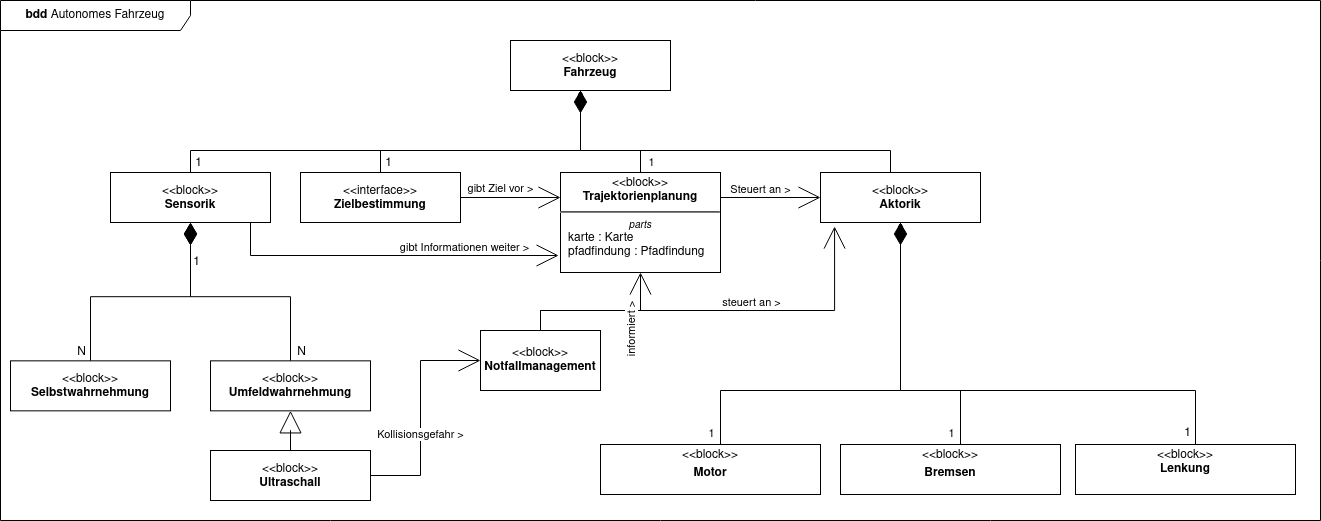
Earlier version of the draw.io export bdd.png (agrueneberg/sews2324). Source tidied: cells renumbered, new cells last; positions are measured from the earlier drawing's top-left corner, leaving out a move shared by most shapes.
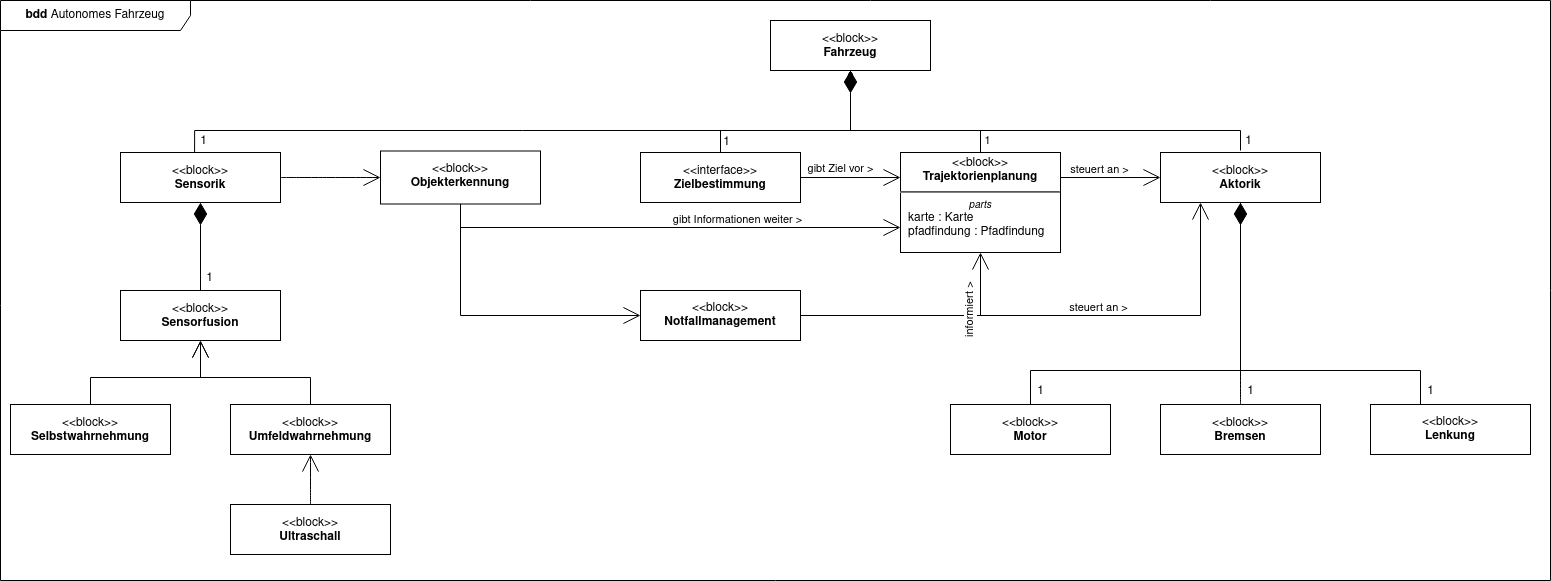
The same diagram one commit later.

Commit message:
bdd: Sensorfusion und Objekterkennung hinzugefügt

Diff of the diagram source:
```diff
@@ -5,6 +5,6 @@
     <mxCell id="2" value="&lt;b&gt;bdd&lt;/b&gt; Autonomes Fahrzeug" style="shape=umlFrame;whiteSpace=wrap;html=1;width=190;height=30;" parent="1" vertex="1">
-      <mxGeometry width="1320" height="520" as="geometry" />
+      <mxGeometry x="-340" y="20" width="1550" height="580" as="geometry" />
     </mxCell>
     <mxCell id="3" value="&lt;p&gt;&amp;lt;&amp;lt;block&amp;gt;&amp;gt;&lt;br&gt;&lt;b&gt;Fahrzeug&lt;/b&gt;&lt;/p&gt;" style="shape=rect;html=1;overflow=fill;whiteSpace=wrap;align=center;" parent="1" vertex="1">
-      <mxGeometry x="510" y="40" width="160" height="50" as="geometry" />
+      <mxGeometry x="430" y="40" width="160" height="50" as="geometry" />
     </mxCell>
@@ -14,3 +14,3 @@
           <mxPoint x="380" y="150" />
-          <mxPoint x="580" y="150" />
+          <mxPoint x="510" y="150" />
         </Array>
@@ -20,6 +20,6 @@
       <mxGeometry x="-0.73" y="-2" relative="1" as="geometry">
-        <mxPoint x="-9" y="10" as="offset" />
+        <mxPoint x="-1" y="9" as="offset" />
       </mxGeometry>
     </mxCell>
-    <mxCell id="6" style="edgeStyle=none;rounded=0;jettySize=auto;html=1;fontSize=12;endArrow=open;endFill=0;endSize=20;entryX=0;entryY=0.25;entryDx=0;entryDy=0;" parent="1" edge="1" source="8" target="47">
+    <mxCell id="6" style="edgeStyle=none;rounded=0;jettySize=auto;html=1;fontSize=12;endArrow=open;endFill=0;endSize=15;entryX=0;entryY=0.25;entryDx=0;entryDy=0;" parent="1" edge="1" source="8" target="47">
       <mxGeometry relative="1" as="geometry" />
@@ -34,9 +34,10 @@
     </mxCell>
-    <mxCell id="9" style="rounded=0;jettySize=auto;html=1;endArrow=diamondThin;endFill=1;edgeStyle=orthogonalEdgeStyle;" parent="1" edge="1" source="11">
+    <mxCell id="9" style="rounded=0;orthogonalLoop=1;jettySize=auto;html=1;endArrow=diamondThin;endFill=1;edgeStyle=orthogonalEdgeStyle;" parent="1" edge="1">
       <mxGeometry relative="1" as="geometry">
-        <mxPoint x="580" y="90" as="targetPoint" />
+        <mxPoint x="900" y="170" as="sourcePoint" />
+        <mxPoint x="510" y="90" as="targetPoint" />
         <Array as="points">
-          <mxPoint x="890" y="150" />
-          <mxPoint x="580" y="150" />
-          <mxPoint x="580" y="90" />
+          <mxPoint x="900" y="150" />
+          <mxPoint x="510" y="150" />
+          <mxPoint x="510" y="90" />
         </Array>
@@ -46,3 +47,3 @@
       <mxGeometry x="-0.59" y="-2" relative="1" as="geometry">
-        <mxPoint x="41" y="42" as="offset" />
+        <mxPoint x="83" y="12" as="offset" />
       </mxGeometry>
@@ -52,43 +53,7 @@
     </mxCell>
-    <mxCell id="12" style="edgeStyle=orthogonalEdgeStyle;rounded=0;jettySize=auto;html=1;endArrow=diamondThin;endFill=1;" parent="1" edge="1" source="15" target="11">
-      <mxGeometry relative="1" as="geometry">
-        <Array as="points">
-          <mxPoint x="720" y="390" />
-          <mxPoint x="900" y="390" />
-        </Array>
-      </mxGeometry>
-    </mxCell>
-    <mxCell id="13" value="1" style="edgeLabel;html=1;align=center;verticalAlign=middle;fontSize=12;" parent="12" vertex="1">
-      <mxGeometry x="-0.37" y="1" relative="1" as="geometry">
-        <mxPoint x="-31" y="61" as="offset" />
-      </mxGeometry>
-    </mxCell>
-    <mxCell id="14" value="1" style="edgeLabel;html=1;align=center;verticalAlign=middle;" parent="12" vertex="1">
-      <mxGeometry x="-0.74" y="3" relative="1" as="geometry">
-        <mxPoint x="-7" y="41" as="offset" />
-      </mxGeometry>
-    </mxCell>
-    <mxCell id="15" value="&lt;p style=&quot;margin:0px;margin-top:4px;text-align:center;&quot;&gt;&amp;lt;&amp;lt;block&amp;gt;&amp;gt;&lt;/p&gt;&lt;p style=&quot;margin:0px;margin-top:4px;text-align:center;&quot;&gt;&lt;b&gt;Motor&lt;/b&gt;&lt;/p&gt;" style="shape=rect;html=1;overflow=fill;verticalAlign=top;align=left;whiteSpace=wrap;fontSize=12;" parent="1" vertex="1">
-      <mxGeometry x="600" y="444" width="220" height="50" as="geometry" />
-    </mxCell>
-    <mxCell id="16" style="edgeStyle=orthogonalEdgeStyle;rounded=0;jettySize=auto;html=1;fontSize=12;endArrow=diamondThin;endFill=1;" parent="1" edge="1" source="18" target="11">
-      <mxGeometry relative="1" as="geometry">
-        <Array as="points">
-          <mxPoint x="960" y="390" />
-          <mxPoint x="900" y="390" />
-        </Array>
-      </mxGeometry>
-    </mxCell>
-    <mxCell id="17" value="1" style="edgeLabel;html=1;align=center;verticalAlign=middle;" parent="16" vertex="1">
-      <mxGeometry x="-0.63" y="-1" relative="1" as="geometry">
-        <mxPoint x="-11" y="40" as="offset" />
-      </mxGeometry>
-    </mxCell>
-    <mxCell id="18" value="&lt;p style=&quot;margin:0px;margin-top:4px;text-align:center;&quot;&gt;&amp;lt;&amp;lt;block&amp;gt;&amp;gt;&lt;/p&gt;&lt;p style=&quot;margin:0px;margin-top:4px;text-align:center;&quot;&gt;&lt;b&gt;Bremsen&lt;/b&gt;&lt;/p&gt;" style="shape=rect;html=1;overflow=fill;verticalAlign=top;align=left;whiteSpace=wrap;fontSize=12;" parent="1" vertex="1">
-      <mxGeometry x="840" y="444" width="220" height="50" as="geometry" />
-    </mxCell>
-    <mxCell id="19" style="edgeStyle=orthogonalEdgeStyle;rounded=0;jettySize=auto;html=1;fontSize=12;endArrow=diamondThin;endFill=1;endSize=20;entryX=0.5;entryY=1;entryDx=0;entryDy=0;" parent="1" edge="1" source="21" target="11">
+    <mxCell id="19" style="edgeStyle=orthogonalEdgeStyle;rounded=0;jettySize=auto;html=1;fontSize=12;endArrow=diamondThin;endFill=1;endSize=20;exitX=0.5;exitY=0;exitDx=0;exitDy=0;entryX=0.5;entryY=1;entryDx=0;entryDy=0;" parent="1" edge="1" source="21" target="11">
       <mxGeometry relative="1" as="geometry">
         <Array as="points">
-          <mxPoint x="1195" y="390" />
+          <mxPoint x="1080" y="424" />
+          <mxPoint x="1080" y="390" />
           <mxPoint x="900" y="390" />
@@ -99,13 +64,20 @@
       <mxGeometry x="-0.69" y="-2" relative="1" as="geometry">
-        <mxPoint x="18" y="44" as="offset" />
+        <mxPoint x="10" y="22" as="offset" />
       </mxGeometry>
     </mxCell>
-    <mxCell id="21" value="&lt;p style=&quot;margin:0px;margin-top:4px;text-align:center;&quot;&gt;&amp;lt;&amp;lt;block&amp;gt;&amp;gt;&lt;br&gt;&lt;b&gt;Lenkung&lt;/b&gt;&lt;/p&gt;" style="shape=rect;html=1;overflow=fill;verticalAlign=top;align=left;whiteSpace=wrap;fontSize=12;" parent="1" vertex="1">
-      <mxGeometry x="1075" y="444" width="220" height="50" as="geometry" />
-    </mxCell>
+    <mxCell id="48" value="1" style="edgeLabel;html=1;align=center;verticalAlign=middle;fontSize=12;" parent="19" vertex="1">
+      <mxGeometry x="-0.69" y="-2" relative="1" as="geometry">
+        <mxPoint x="-170" y="22" as="offset" />
+      </mxGeometry>
+    </mxCell>
+    <mxCell id="49" value="1" style="edgeLabel;html=1;align=center;verticalAlign=middle;fontSize=12;" parent="19" vertex="1">
+      <mxGeometry x="-0.69" y="-2" relative="1" as="geometry">
+        <mxPoint x="-380" y="22" as="offset" />
+      </mxGeometry>
+    </mxCell>
-    <mxCell id="22" style="edgeStyle=orthogonalEdgeStyle;rounded=0;jettySize=auto;html=1;fontSize=12;endArrow=diamondThin;endFill=1;" parent="1" edge="1" source="26" target="3">
+    <mxCell id="22" style="edgeStyle=orthogonalEdgeStyle;rounded=0;jettySize=auto;html=1;fontSize=12;endArrow=diamondThin;endFill=1;exitX=0.463;exitY=0.02;exitDx=0;exitDy=0;exitPerimeter=0;" parent="1" edge="1" source="26" target="3">
       <mxGeometry relative="1" as="geometry">
         <Array as="points">
-          <mxPoint x="190" y="150" />
-          <mxPoint x="580" y="150" />
+          <mxPoint x="-146" y="150" />
+          <mxPoint x="510" y="150" />
         </Array>
@@ -115,9 +87,14 @@
       <mxGeometry x="-0.85" y="2" relative="1" as="geometry">
-        <mxPoint x="-6" y="14" as="offset" />
+        <mxPoint x="-23" y="12" as="offset" />
       </mxGeometry>
     </mxCell>
+    <mxCell id="50" value="1" style="edgeLabel;html=1;align=center;verticalAlign=middle;fontSize=12;" parent="22" vertex="1">
+      <mxGeometry x="-0.85" y="2" relative="1" as="geometry">
+        <mxPoint x="-17" y="149" as="offset" />
+      </mxGeometry>
+    </mxCell>
-    <mxCell id="24" style="edgeStyle=orthogonalEdgeStyle;rounded=0;jettySize=auto;html=1;fontSize=12;endArrow=open;endFill=0;entryX=-0.012;entryY=0.83;entryDx=0;entryDy=0;entryPerimeter=0;endSize=20;" parent="1" edge="1" source="26" target="47">
+    <mxCell id="24" style="edgeStyle=orthogonalEdgeStyle;rounded=0;jettySize=auto;html=1;fontSize=12;endArrow=open;endFill=0;endSize=15;exitX=0.5;exitY=1;exitDx=0;exitDy=0;entryX=0;entryY=0.75;entryDx=0;entryDy=0;" parent="1" edge="1" source="55" target="47">
       <mxGeometry relative="1" as="geometry">
         <Array as="points">
-          <mxPoint x="250" y="255" />
+          <mxPoint x="120" y="247" />
         </Array>
@@ -130,31 +107,19 @@
     </mxCell>
+    <mxCell id="51" style="edgeStyle=none;curved=1;rounded=0;jettySize=auto;html=1;exitX=1;exitY=0.5;exitDx=0;exitDy=0;entryX=0;entryY=0.5;entryDx=0;entryDy=0;fontSize=12;startSize=8;endSize=15;endArrow=open;endFill=0;" parent="1" edge="1" source="26" target="55">
+      <mxGeometry relative="1" as="geometry" />
+    </mxCell>
     <mxCell id="26" value="&lt;p&gt;&amp;lt;&amp;lt;block&amp;gt;&amp;gt;&lt;br&gt;&lt;b&gt;Sensorik&lt;/b&gt;&lt;/p&gt;" style="shape=rect;html=1;overflow=fill;whiteSpace=wrap;align=center;" parent="1" vertex="1">
-      <mxGeometry x="110" y="172" width="160" height="50" as="geometry" />
+      <mxGeometry x="-220" y="172" width="160" height="50" as="geometry" />
     </mxCell>
-    <mxCell id="27" style="edgeStyle=orthogonalEdgeStyle;rounded=0;jettySize=auto;html=1;fontSize=12;endArrow=diamondThin;endFill=0;endSize=20;" parent="1" edge="1" source="29" target="26">
-      <mxGeometry relative="1" as="geometry" />
-    </mxCell>
-    <mxCell id="28" value="N" style="edgeLabel;html=1;align=center;verticalAlign=middle;fontSize=12;" parent="27" vertex="1">
-      <mxGeometry x="-0.5" relative="1" as="geometry">
-        <mxPoint x="-10" y="51" as="offset" />
-      </mxGeometry>
-    </mxCell>
+    <mxCell id="52" style="edgeStyle=orthogonalEdgeStyle;rounded=0;jettySize=auto;html=1;exitX=0.5;exitY=0;exitDx=0;exitDy=0;entryX=0.5;entryY=1;entryDx=0;entryDy=0;fontSize=12;startSize=8;endSize=15;endArrow=open;endFill=0;" parent="1" edge="1" source="29" target="56">
+      <mxGeometry relative="1" as="geometry" />
+    </mxCell>
     <mxCell id="29" value="&lt;p&gt;&amp;lt;&amp;lt;block&amp;gt;&amp;gt;&lt;br&gt;&lt;b&gt;Selbstwahrnehmung&lt;/b&gt;&lt;/p&gt;&lt;p&gt;&lt;b&gt;{abstract}&lt;/b&gt;&lt;/p&gt;" style="shape=rect;html=1;overflow=fill;whiteSpace=wrap;align=center;" parent="1" vertex="1">
-      <mxGeometry x="10" y="360.3" width="160" height="50" as="geometry" />
+      <mxGeometry x="-330" y="424" width="160" height="50" as="geometry" />
     </mxCell>
-    <mxCell id="30" style="edgeStyle=orthogonalEdgeStyle;rounded=0;jettySize=auto;html=1;fontSize=12;endArrow=diamondThin;endFill=1;entryX=0.5;entryY=1;entryDx=0;entryDy=0;endSize=20;" parent="1" edge="1" source="33" target="26">
-      <mxGeometry relative="1" as="geometry" />
-    </mxCell>
-    <mxCell id="31" value="N" style="edgeLabel;html=1;align=center;verticalAlign=middle;fontSize=12;" parent="30" vertex="1">
-      <mxGeometry x="-0.54" y="3" relative="1" as="geometry">
-        <mxPoint x="13" y="46" as="offset" />
-      </mxGeometry>
-    </mxCell>
-    <mxCell id="32" value="1" style="edgeLabel;html=1;align=center;verticalAlign=middle;fontSize=12;" parent="30" vertex="1">
-      <mxGeometry x="0.35" y="-2" relative="1" as="geometry">
-        <mxPoint x="2" y="-33" as="offset" />
-      </mxGeometry>
-    </mxCell>
+    <mxCell id="53" style="edgeStyle=orthogonalEdgeStyle;rounded=0;jettySize=auto;html=1;exitX=0.5;exitY=0;exitDx=0;exitDy=0;entryX=0.5;entryY=1;entryDx=0;entryDy=0;fontSize=12;startSize=8;endSize=15;endArrow=open;endFill=0;" parent="1" edge="1" source="33" target="56">
+      <mxGeometry relative="1" as="geometry" />
+    </mxCell>
     <mxCell id="33" value="&lt;p&gt;&amp;lt;&amp;lt;block&amp;gt;&amp;gt;&lt;br&gt;&lt;b&gt;Umfeldwahrnehmung&lt;/b&gt;&lt;/p&gt;" style="shape=rect;html=1;overflow=fill;whiteSpace=wrap;align=center;" parent="1" vertex="1">
-      <mxGeometry x="210" y="360.3" width="160" height="50" as="geometry" />
+      <mxGeometry x="-110" y="424" width="160" height="50" as="geometry" />
     </mxCell>
@@ -165,3 +130,3 @@
           <mxPoint x="640" y="150" />
-          <mxPoint x="580" y="150" />
+          <mxPoint x="510" y="150" />
         </Array>
@@ -171,9 +136,9 @@
       <mxGeometry x="-0.91" y="-1" relative="1" as="geometry">
-        <mxPoint x="9" y="-31" as="offset" />
+        <mxPoint x="5" y="-29" as="offset" />
       </mxGeometry>
     </mxCell>
-    <mxCell id="36" style="edgeStyle=none;rounded=0;jettySize=auto;html=1;fontSize=12;endArrow=open;endFill=0;endSize=20;exitX=1;exitY=0.25;exitDx=0;exitDy=0;" parent="1" edge="1" source="47" target="11">
+    <mxCell id="36" style="edgeStyle=none;rounded=0;jettySize=auto;html=1;fontSize=12;endArrow=open;endFill=0;endSize=15;exitX=1;exitY=0.25;exitDx=0;exitDy=0;" parent="1" edge="1" source="47" target="11">
       <mxGeometry relative="1" as="geometry" />
     </mxCell>
-    <mxCell id="37" value="Steuert an &amp;gt;" style="edgeLabel;html=1;align=center;verticalAlign=middle;" parent="36" vertex="1">
+    <mxCell id="37" value="&lt;div&gt;steuert an &amp;gt;&lt;/div&gt;" style="edgeLabel;html=1;align=center;verticalAlign=middle;" parent="36" vertex="1">
       <mxGeometry x="-0.22" y="3" relative="1" as="geometry">
@@ -182,19 +147,13 @@
     </mxCell>
-    <mxCell id="38" style="edgeStyle=orthogonalEdgeStyle;rounded=0;jettySize=auto;html=1;endArrow=block;endFill=0;endSize=20;" parent="1" edge="1" source="41" target="33">
+    <mxCell id="38" style="edgeStyle=none;curved=1;rounded=0;jettySize=auto;html=1;exitX=0.5;exitY=0;exitDx=0;exitDy=0;entryX=0.5;entryY=1;entryDx=0;entryDy=0;fontSize=12;startSize=8;endSize=15;endArrow=open;endFill=0;" parent="1" edge="1" source="41" target="33">
       <mxGeometry relative="1" as="geometry" />
     </mxCell>
-    <mxCell id="39" style="edgeStyle=orthogonalEdgeStyle;rounded=0;jettySize=auto;html=1;entryX=0;entryY=0.5;entryDx=0;entryDy=0;endArrow=open;endFill=0;endSize=20;" parent="1" edge="1" source="41" target="46">
-      <mxGeometry relative="1" as="geometry" />
-    </mxCell>
-    <mxCell id="40" value="Kollisionsgefahr &amp;gt;" style="edgeLabel;html=1;align=center;verticalAlign=middle;" parent="39" vertex="1">
-      <mxGeometry x="-0.18" y="1" relative="1" as="geometry" />
-    </mxCell>
     <mxCell id="41" value="&lt;p&gt;&amp;lt;&amp;lt;block&amp;gt;&amp;gt;&lt;br&gt;&lt;b&gt;Ultraschall&lt;/b&gt;&lt;/p&gt;" style="shape=rect;html=1;overflow=fill;whiteSpace=wrap;align=center;" parent="1" vertex="1">
-      <mxGeometry x="210" y="450" width="160" height="50" as="geometry" />
+      <mxGeometry x="-110" y="524" width="160" height="50" as="geometry" />
     </mxCell>
-    <mxCell id="42" style="edgeStyle=orthogonalEdgeStyle;rounded=0;jettySize=auto;html=1;entryX=0.088;entryY=1.08;entryDx=0;entryDy=0;entryPerimeter=0;endArrow=open;endFill=0;endSize=20;strokeWidth=1;" parent="1" edge="1" source="46" target="11">
+    <mxCell id="42" style="edgeStyle=orthogonalEdgeStyle;rounded=0;jettySize=auto;html=1;endArrow=open;endFill=0;endSize=15;strokeWidth=1;exitX=1;exitY=0.5;exitDx=0;exitDy=0;" parent="1" edge="1" source="46">
       <mxGeometry relative="1" as="geometry">
+        <mxPoint x="860" y="222" as="targetPoint" />
         <Array as="points">
-          <mxPoint x="540" y="310" />
-          <mxPoint x="834" y="310" />
+          <mxPoint x="860" y="335" />
         </Array>
@@ -207,7 +166,6 @@
     </mxCell>
-    <mxCell id="44" style="edgeStyle=orthogonalEdgeStyle;rounded=0;jettySize=auto;html=1;endArrow=open;endFill=0;endSize=20;strokeWidth=1;entryX=0.5;entryY=1;entryDx=0;entryDy=0;" parent="1" edge="1" source="46" target="47">
+    <mxCell id="44" style="edgeStyle=orthogonalEdgeStyle;rounded=0;jettySize=auto;html=1;endArrow=open;endFill=0;endSize=15;strokeWidth=1;entryX=0.5;entryY=1;entryDx=0;entryDy=0;exitX=1;exitY=0.5;exitDx=0;exitDy=0;" parent="1" edge="1" source="46" target="47">
       <mxGeometry relative="1" as="geometry">
         <Array as="points">
-          <mxPoint x="540" y="310" />
-          <mxPoint x="640" y="310" />
+          <mxPoint x="640" y="335" />
         </Array>
@@ -217,3 +175,3 @@
       <mxGeometry x="0.52" y="-2" relative="1" as="geometry">
-        <mxPoint x="-12" y="20" as="offset" />
+        <mxPoint x="-13" as="offset" />
       </mxGeometry>
@@ -221,3 +179,3 @@
     <mxCell id="46" value="&amp;lt;&amp;lt;block&amp;gt;&amp;gt;&lt;br&gt;&lt;b&gt;Notfallmanagement&lt;/b&gt;" style="rounded=0;whiteSpace=wrap;html=1;" parent="1" vertex="1">
-      <mxGeometry x="480" y="330" width="120" height="60" as="geometry" />
+      <mxGeometry x="300" y="310" width="160" height="50" as="geometry" />
     </mxCell>
@@ -226,2 +184,34 @@
     </mxCell>
+    <mxCell id="54" style="edgeStyle=orthogonalEdgeStyle;rounded=0;jettySize=auto;html=1;exitX=0.5;exitY=1;exitDx=0;exitDy=0;entryX=0;entryY=0.5;entryDx=0;entryDy=0;fontSize=12;startSize=8;endSize=15;endArrow=open;endFill=0;" parent="1" edge="1" source="55" target="46">
+      <mxGeometry relative="1" as="geometry" />
+    </mxCell>
+    <mxCell id="55" value="&lt;p&gt;&amp;lt;&amp;lt;block&amp;gt;&amp;gt;&lt;br&gt;&lt;b&gt;Objekterkennung&lt;/b&gt;&lt;br&gt;&lt;/p&gt;" style="shape=rect;html=1;overflow=fill;whiteSpace=wrap;align=center;" parent="1" vertex="1">
+      <mxGeometry x="40" y="170.5" width="160" height="53" as="geometry" />
+    </mxCell>
+    <mxCell id="56" value="&lt;p&gt;&amp;lt;&amp;lt;block&amp;gt;&amp;gt;&lt;br&gt;&lt;b&gt;Sensorfusion&lt;/b&gt;&lt;br&gt;&lt;/p&gt;" style="shape=rect;html=1;overflow=fill;whiteSpace=wrap;align=center;" parent="1" vertex="1">
+      <mxGeometry x="-220" y="310" width="160" height="50" as="geometry" />
+    </mxCell>
+    <mxCell id="57" style="rounded=0;jettySize=auto;html=1;fontSize=12;endArrow=diamondThin;endFill=1;endSize=20;exitX=0.5;exitY=0;exitDx=0;exitDy=0;entryX=0.5;entryY=1;entryDx=0;entryDy=0;" parent="1" edge="1" source="56" target="26">
+      <mxGeometry relative="1" as="geometry" />
+    </mxCell>
+    <mxCell id="12" style="edgeStyle=orthogonalEdgeStyle;rounded=0;jettySize=auto;html=1;exitX=0.5;exitY=0;exitDx=0;exitDy=0;entryX=0.5;entryY=1;entryDx=0;entryDy=0;fontSize=12;startSize=8;endSize=8;endArrow=none;endFill=0;" parent="1" edge="1" source="15" target="11">
+      <mxGeometry relative="1" as="geometry">
+        <Array as="points">
+          <mxPoint x="690" y="390" />
+          <mxPoint x="900" y="390" />
+        </Array>
+      </mxGeometry>
+    </mxCell>
+    <mxCell id="15" value="&lt;p&gt;&amp;lt;&amp;lt;block&amp;gt;&amp;gt;&lt;br&gt;&lt;b&gt;Motor&lt;/b&gt;&lt;br&gt;&lt;/p&gt;" style="shape=rect;html=1;overflow=fill;whiteSpace=wrap;align=center;" parent="1" vertex="1">
+      <mxGeometry x="610" y="424" width="160" height="50" as="geometry" />
+    </mxCell>
+    <mxCell id="16" style="edgeStyle=none;curved=1;rounded=0;jettySize=auto;html=1;exitX=0.5;exitY=0;exitDx=0;exitDy=0;entryX=0.5;entryY=1;entryDx=0;entryDy=0;fontSize=12;startSize=8;endSize=8;endArrow=none;endFill=0;" parent="1" edge="1" source="18" target="11">
+      <mxGeometry relative="1" as="geometry" />
+    </mxCell>
+    <mxCell id="18" value="&lt;p&gt;&amp;lt;&amp;lt;block&amp;gt;&amp;gt;&lt;br&gt;&lt;b&gt;Bremsen&lt;/b&gt;&lt;br&gt;&lt;/p&gt;" style="shape=rect;html=1;overflow=fill;whiteSpace=wrap;align=center;" parent="1" vertex="1">
+      <mxGeometry x="820" y="424" width="160" height="50" as="geometry" />
+    </mxCell>
+    <mxCell id="21" value="&amp;lt;&amp;lt;block&amp;gt;&amp;gt;&lt;br&gt;&lt;b&gt;Lenkung&lt;/b&gt;" style="rounded=0;whiteSpace=wrap;html=1;" parent="1" vertex="1">
+      <mxGeometry x="1030" y="424" width="160" height="50" as="geometry" />
+    </mxCell>
   </root>
```
